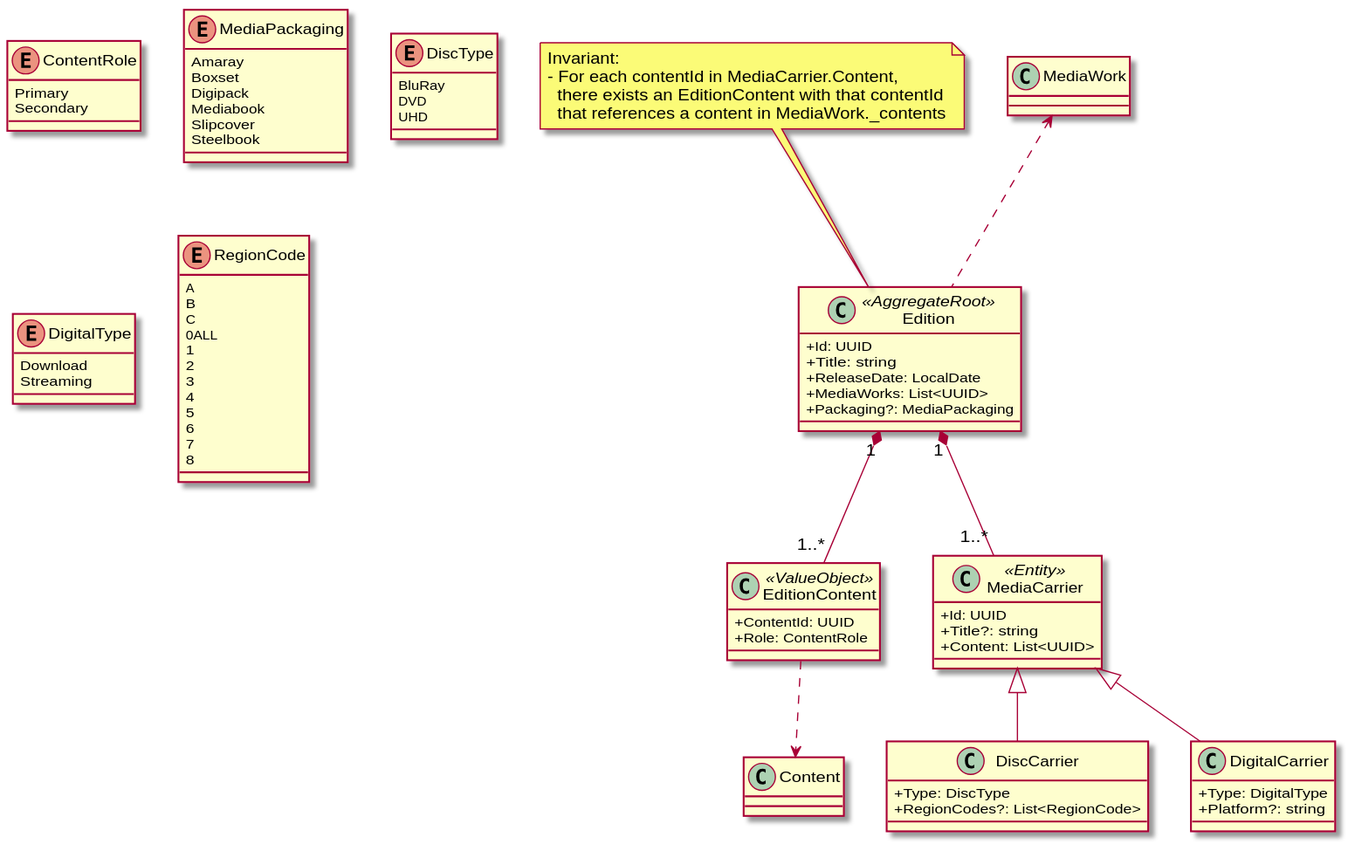
Before: docs/diagrams/domain/domain-edition.svg, a diagram exported from PlantUML (yantue/colleq).
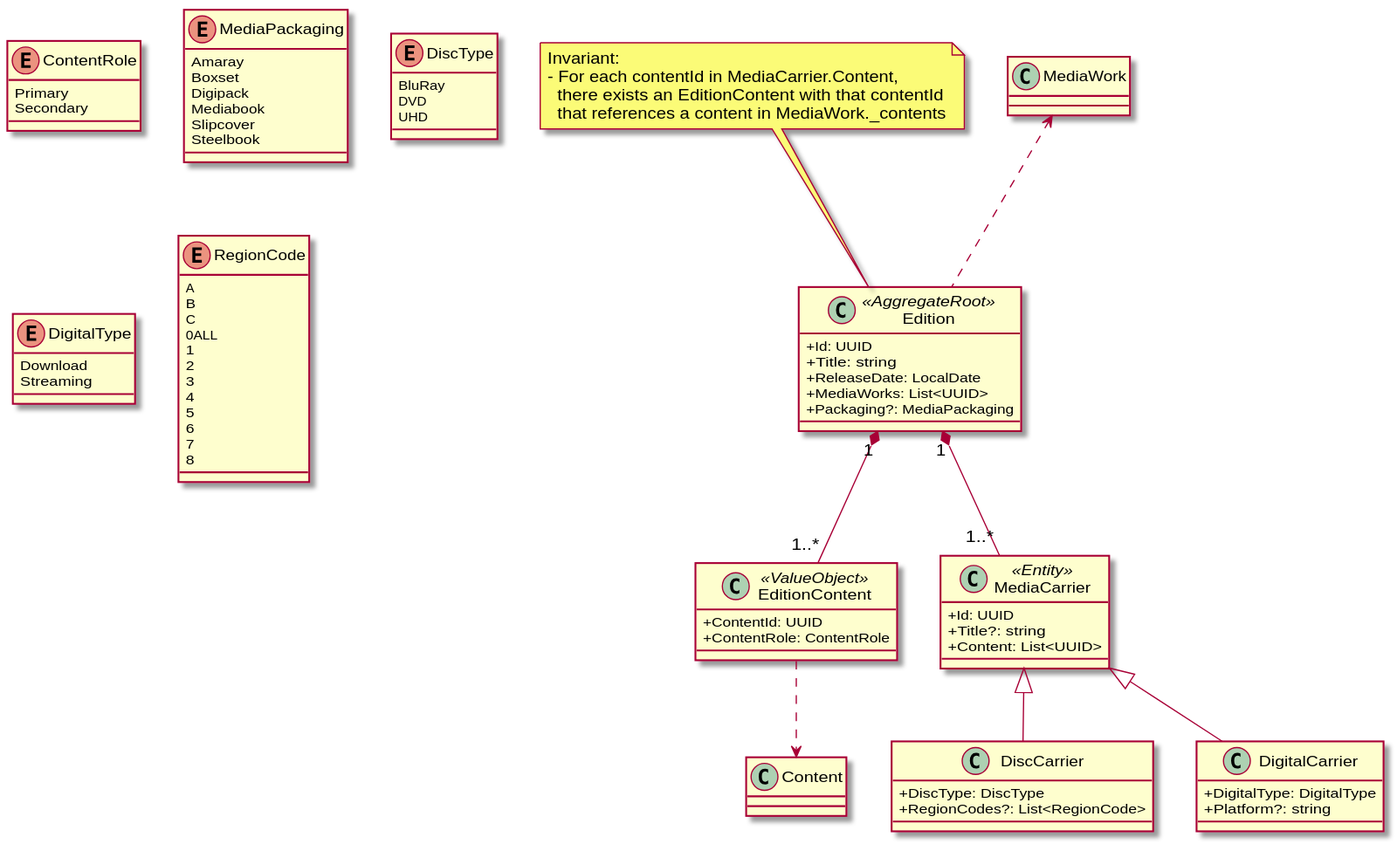
The same file after the commit.

Change to the diagram source:
```diff
@@ -18,7 +18,7 @@
 
 class EditionContent <<ValueObject>> {
     +ContentId: UUID
-    +Role: ContentRole
+    +ContentRole: ContentRole
 }
 
 Edition "1" *-- "1..*" EditionContent
@@ -37,14 +37,14 @@
 Edition "1" *-- "1..*" MediaCarrier
 
 class DiscCarrier {
-    +Type: DiscType
+    +DiscType: DiscType
     +RegionCodes?: List<RegionCode>
 }
 
 MediaCarrier <|-- DiscCarrier
 
 class DigitalCarrier {
-    +Type: DigitalType
+    +DigitalType: DigitalType
     +Platform?: string
 }
 
```
